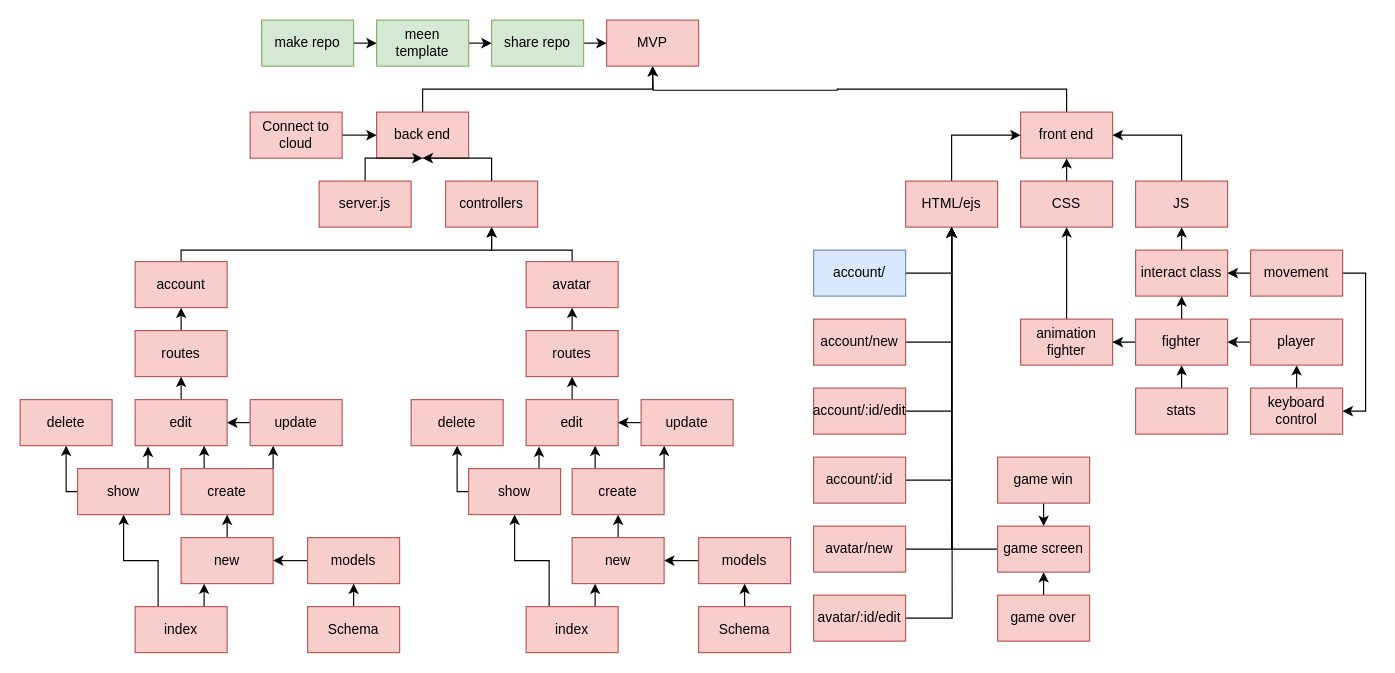
nick3point5/ga-fighters keeps this draw.io diagram as planning/flow chart.drawio. Above is the earlier version. Source tidied: cells renumbered, new cells numbered last; positions are measured from the earlier drawing's top-left corner, leaving out a move shared by most shapes. Both pictures are drawn from the tidied source at 115%, with x=0, y=0 at pixel (20, 20).
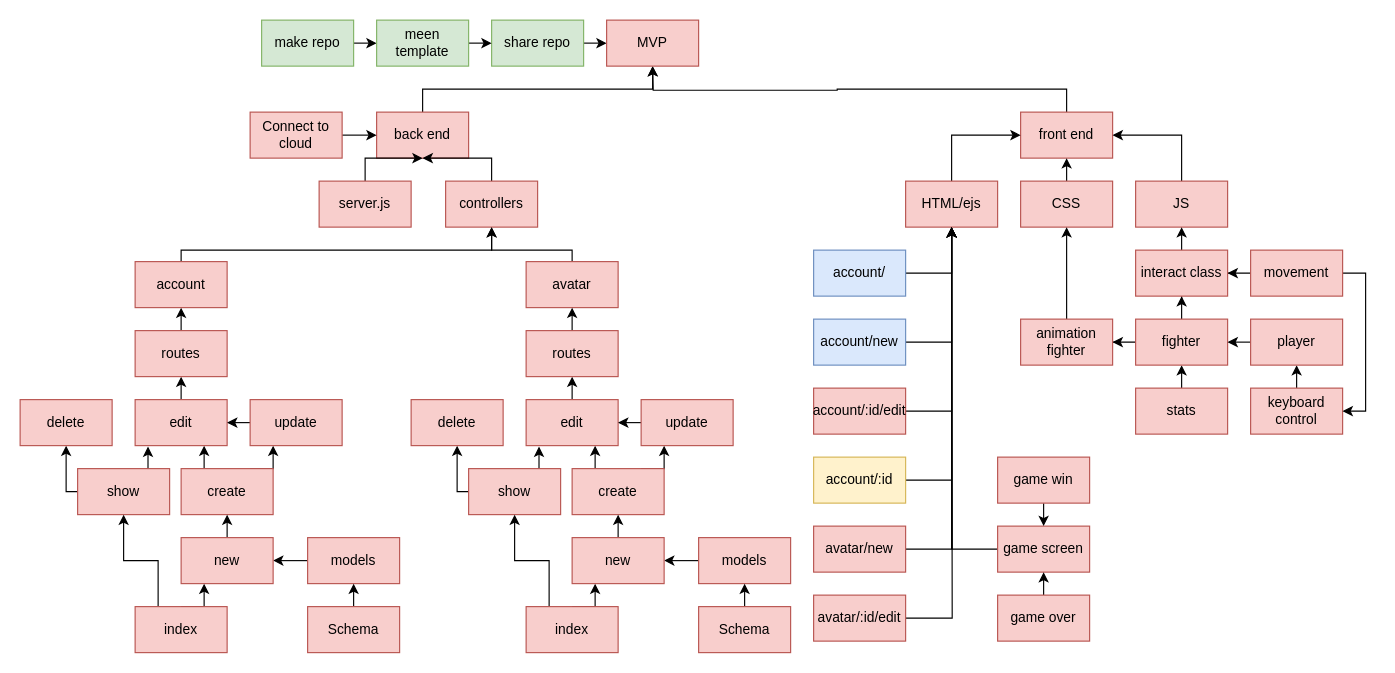
After the change.

What changed in the source:
```diff
@@
-    <mxCell id="75" value="account/:id" style="rounded=0;whiteSpace=wrap;html=1;fillColor=#f8cecc;strokeColor=#b85450;" parent="1" vertex="1">
+    <mxCell id="75" value="account/:id" style="rounded=0;whiteSpace=wrap;html=1;fillColor=#fff2cc;strokeColor=#d6b656;" parent="1" vertex="1">
       <mxGeometry x="690" y="380" width="80" height="40" as="geometry" />
     </mxCell>
@@
-    <mxCell id="77" value="account/new" style="rounded=0;whiteSpace=wrap;html=1;fillColor=#f8cecc;strokeColor=#b85450;" parent="1" vertex="1">
+    <mxCell id="77" value="account/new" style="rounded=0;whiteSpace=wrap;html=1;fillColor=#dae8fc;strokeColor=#6c8ebf;" parent="1" vertex="1">
       <mxGeometry x="690" y="260" width="80" height="40" as="geometry" />
     </mxCell>
```
